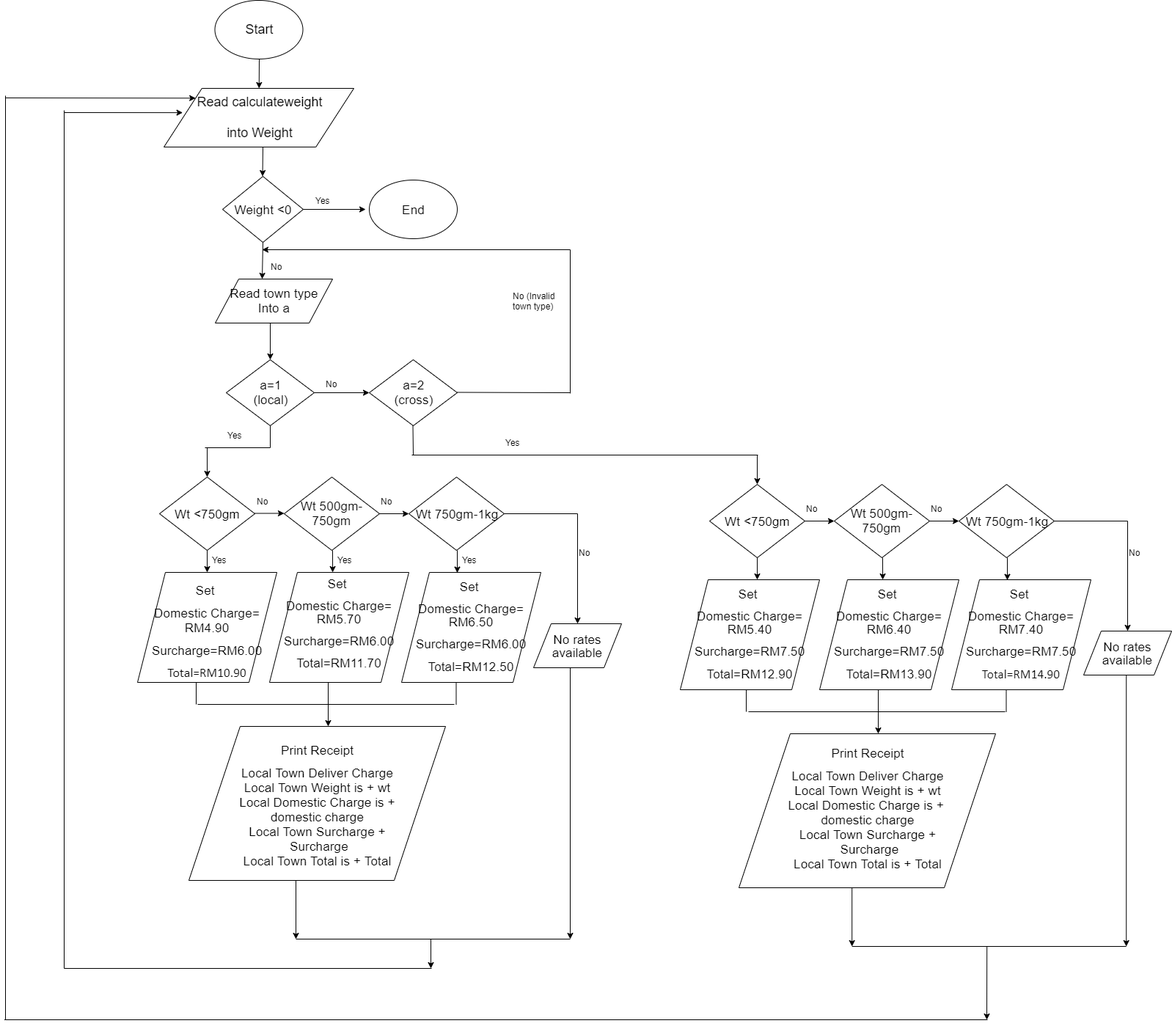
This is flowchart assign 2.png from gohfangyao/Same-Day-Delivery, a draw.io export, as it was before one commit. Source tidied: cells renumbered, new cells last; positions are measured from the earlier drawing's top-left corner, leaving out a move shared by most shapes.
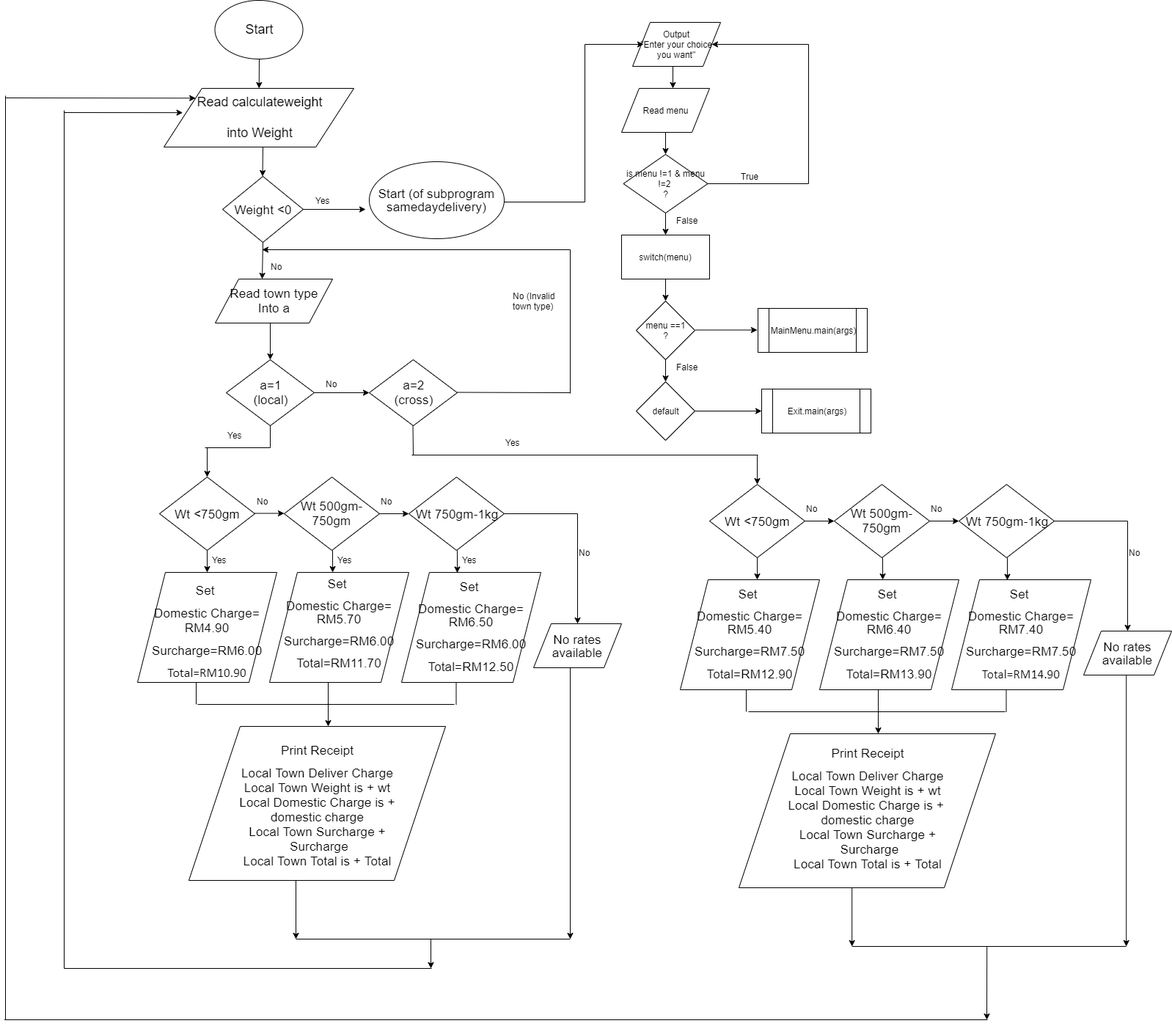
The same diagram one commit later.

Diff of the diagram source:
```diff
@@ -11,8 +11,8 @@
     <mxCell id="4" value="&lt;p class=&quot;MsoNormal&quot; align=&quot;center&quot;&gt;&lt;span style=&quot;font-size: 13.0pt ; line-height: 107%&quot;&gt;Weight &amp;lt;0&lt;/span&gt;&lt;/p&gt;" style="rhombus;whiteSpace=wrap;html=1;" parent="1" vertex="1">
       <mxGeometry x="298" y="240" width="110" height="90" as="geometry" />
     </mxCell>
-    <mxCell id="5" value="&lt;p class=&quot;MsoNormal&quot; align=&quot;center&quot;&gt;&lt;span style=&quot;font-size: 13.0pt ; line-height: 107%&quot;&gt;End&lt;/span&gt;&lt;/p&gt;" style="ellipse;whiteSpace=wrap;html=1;" parent="1" vertex="1">
-      <mxGeometry x="498" y="245" width="120" height="80" as="geometry" />
+    <mxCell id="5" value="&lt;p class=&quot;MsoNormal&quot; align=&quot;center&quot;&gt;&lt;span style=&quot;font-size: 13.0pt ; line-height: 107%&quot;&gt;Start (of subprogram samedaydelivery)&lt;/span&gt;&lt;/p&gt;" style="ellipse;whiteSpace=wrap;html=1;" parent="1" vertex="1">
+      <mxGeometry x="498" y="220" width="184" height="105" as="geometry" />
     </mxCell>
     <mxCell id="6" value="&lt;span style=&quot;font-size: 17.3333px&quot;&gt;Read town type&lt;br&gt;Into a&lt;br&gt;&lt;/span&gt;" style="shape=parallelogram;perimeter=parallelogramPerimeter;whiteSpace=wrap;html=1;" parent="1" vertex="1">
       <mxGeometry x="288" y="380" width="160" height="60" as="geometry" />
@@ -415,5 +415,109 @@
         <mxPoint x="2" y="133" as="sourcePoint" />
       </mxGeometry>
     </mxCell>
+    <mxCell id="93" value="Output&lt;br&gt;&quot;Enter your choice you want&quot;" style="shape=parallelogram;perimeter=parallelogramPerimeter;whiteSpace=wrap;html=1;" parent="1" vertex="1">
+      <mxGeometry x="857" y="30" width="120" height="60" as="geometry" />
+    </mxCell>
+    <mxCell id="94" value="Read menu" style="shape=parallelogram;perimeter=parallelogramPerimeter;whiteSpace=wrap;html=1;" parent="1" vertex="1">
+      <mxGeometry x="842" y="120" width="120" height="60" as="geometry" />
+    </mxCell>
+    <mxCell id="95" value="is menu !=1 &amp;amp; menu !=2 &lt;br&gt;?" style="rhombus;whiteSpace=wrap;html=1;" parent="1" vertex="1">
+      <mxGeometry x="844.5" y="210" width="115" height="80" as="geometry" />
+    </mxCell>
+    <mxCell id="96" value="switch(menu)" style="rounded=0;whiteSpace=wrap;html=1;" parent="1" vertex="1">
+      <mxGeometry x="842" y="320" width="120" height="60" as="geometry" />
+    </mxCell>
+    <mxCell id="97" value="menu ==1&lt;br&gt;?" style="rhombus;whiteSpace=wrap;html=1;" parent="1" vertex="1">
+      <mxGeometry x="862" y="410" width="80" height="80" as="geometry" />
+    </mxCell>
+    <mxCell id="98" value="default" style="rhombus;whiteSpace=wrap;html=1;" parent="1" vertex="1">
+      <mxGeometry x="862" y="520" width="80" height="80" as="geometry" />
+    </mxCell>
+    <mxCell id="99" value="MainMenu.main(args)" style="shape=process;whiteSpace=wrap;html=1;backgroundOutline=1;" parent="1" vertex="1">
+      <mxGeometry x="1028" y="420" width="149" height="60" as="geometry" />
+    </mxCell>
+    <mxCell id="100" value="Exit.main(args)" style="shape=process;whiteSpace=wrap;html=1;backgroundOutline=1;" parent="1" vertex="1">
+      <mxGeometry x="1033" y="530" width="149" height="60" as="geometry" />
+    </mxCell>
+    <mxCell id="101" style="endArrow=classic;html=1;entryX=0.583;entryY=0;entryDx=0;entryDy=0;entryPerimeter=0;" parent="1" edge="1" target="94">
+      <mxGeometry relative="1" as="geometry">
+        <mxPoint x="912" y="90" as="sourcePoint" />
+      </mxGeometry>
+    </mxCell>
+    <mxCell id="102" style="endArrow=classic;html=1;" parent="1" edge="1" target="95">
+      <mxGeometry relative="1" as="geometry">
+        <mxPoint x="902" y="180" as="sourcePoint" />
+      </mxGeometry>
+    </mxCell>
+    <mxCell id="103" style="endArrow=classic;html=1;entryX=0.5;entryY=0;entryDx=0;entryDy=0;" parent="1" edge="1" target="96">
+      <mxGeometry relative="1" as="geometry">
+        <mxPoint x="902" y="290" as="sourcePoint" />
+      </mxGeometry>
+    </mxCell>
+    <mxCell id="104" style="endArrow=classic;html=1;" parent="1" edge="1">
+      <mxGeometry relative="1" as="geometry">
+        <mxPoint x="943" y="449.5" as="sourcePoint" />
+        <mxPoint x="1027" y="449.5" as="targetPoint" />
+      </mxGeometry>
+    </mxCell>
+    <mxCell id="105" style="endArrow=classic;html=1;entryX=0.5;entryY=0;entryDx=0;entryDy=0;" parent="1" edge="1" target="97">
+      <mxGeometry relative="1" as="geometry">
+        <mxPoint x="902" y="380" as="sourcePoint" />
+      </mxGeometry>
+    </mxCell>
+    <mxCell id="106" style="endArrow=none;html=1;" parent="1" edge="1">
+      <mxGeometry relative="1" as="geometry">
+        <mxPoint x="959.5" y="250" as="sourcePoint" />
+        <mxPoint x="1097" y="250" as="targetPoint" />
+      </mxGeometry>
+    </mxCell>
+    <mxCell id="107" style="endArrow=none;html=1;" parent="1" edge="1">
+      <mxGeometry relative="1" as="geometry">
+        <mxPoint x="1097" y="250" as="sourcePoint" />
+        <mxPoint x="1097" y="60" as="targetPoint" />
+      </mxGeometry>
+    </mxCell>
+    <mxCell id="108" style="endArrow=classic;html=1;entryX=1;entryY=0.5;entryDx=0;entryDy=0;" parent="1" edge="1" target="93">
+      <mxGeometry relative="1" as="geometry">
+        <mxPoint x="1097" y="60" as="sourcePoint" />
+      </mxGeometry>
+    </mxCell>
+    <mxCell id="109" value="True" style="text;html=1;align=center;verticalAlign=middle;" parent="1" vertex="1">
+      <mxGeometry x="997" y="230" width="40" height="20" as="geometry" />
+    </mxCell>
+    <mxCell id="110" value="False" style="text;html=1;align=center;verticalAlign=middle;" parent="1" vertex="1">
+      <mxGeometry x="907" y="490" width="50" height="20" as="geometry" />
+    </mxCell>
+    <mxCell id="111" style="endArrow=classic;html=1;entryX=0.5;entryY=0;entryDx=0;entryDy=0;" parent="1" edge="1" target="98">
+      <mxGeometry relative="1" as="geometry">
+        <mxPoint x="902" y="490" as="sourcePoint" />
+      </mxGeometry>
+    </mxCell>
+    <mxCell id="112" style="endArrow=classic;html=1;entryX=0;entryY=0.5;entryDx=0;entryDy=0;" parent="1" edge="1" target="100">
+      <mxGeometry relative="1" as="geometry">
+        <mxPoint x="942" y="560" as="sourcePoint" />
+      </mxGeometry>
+    </mxCell>
+    <mxCell id="113" value="False" style="text;html=1;align=center;verticalAlign=middle;" parent="1" vertex="1">
+      <mxGeometry x="907" y="290" width="50" height="20" as="geometry" />
+    </mxCell>
+    <mxCell id="114" style="endArrow=classic;html=1;" parent="1" edge="1">
+      <mxGeometry relative="1" as="geometry">
+        <mxPoint x="792" y="60" as="sourcePoint" />
+        <mxPoint x="872" y="60" as="targetPoint" />
+      </mxGeometry>
+    </mxCell>
+    <mxCell id="115" style="endArrow=none;html=1;" parent="1" edge="1">
+      <mxGeometry relative="1" as="geometry">
+        <mxPoint x="682" y="275" as="sourcePoint" />
+        <mxPoint x="792" y="275" as="targetPoint" />
+      </mxGeometry>
+    </mxCell>
+    <mxCell id="116" style="endArrow=none;html=1;" parent="1" edge="1">
+      <mxGeometry relative="1" as="geometry">
+        <mxPoint x="792" y="275" as="sourcePoint" />
+        <mxPoint x="792" y="60" as="targetPoint" />
+      </mxGeometry>
+    </mxCell>
   </root>
 </mxGraphModel>
```
